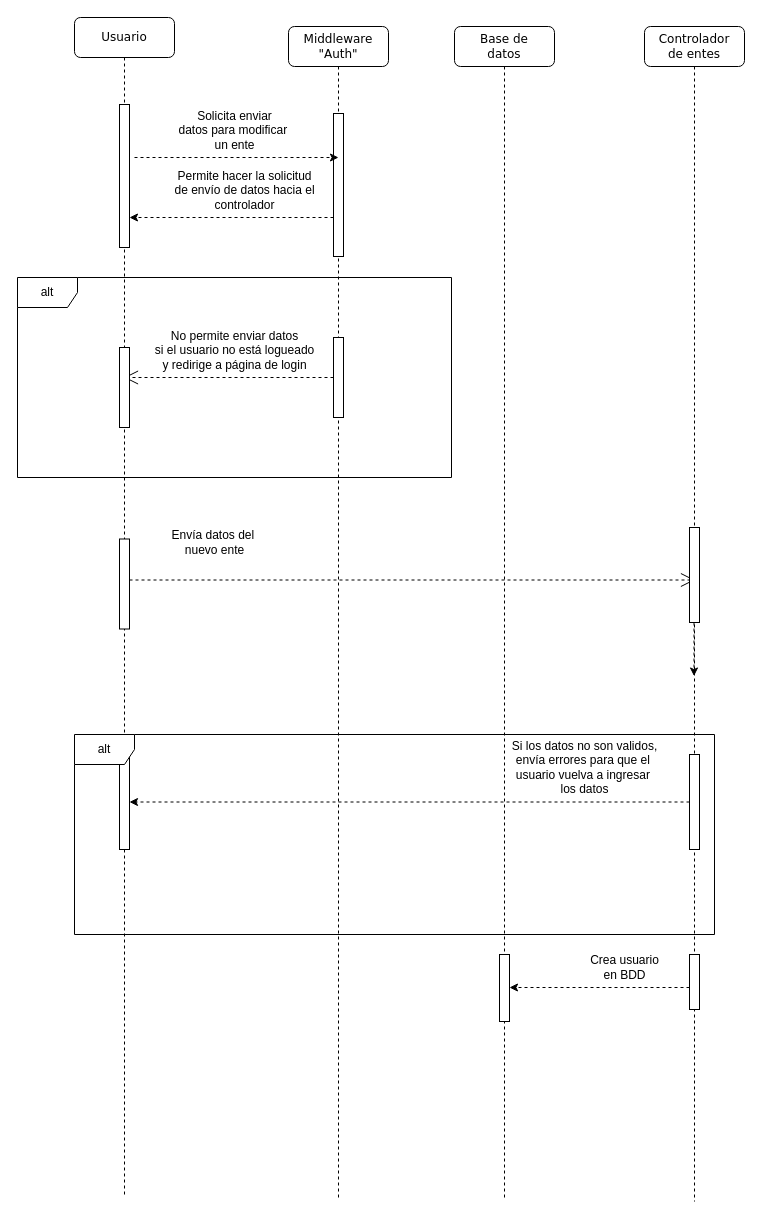
This is page "Página-3" (3 of 3) of Diagramas secuencia/ secuencia_modulo_entes.drawio from MirroringCode/diagramas-del-csm, a draw.io file, before an edit. Source tidied: cells renumbered, new cells numbered last; positions are measured from the earlier drawing's top-left corner, leaving out a move shared by most shapes. Both pictures are drawn from the tidied source at 100%, with x=0, y=0 at pixel (17, 17).
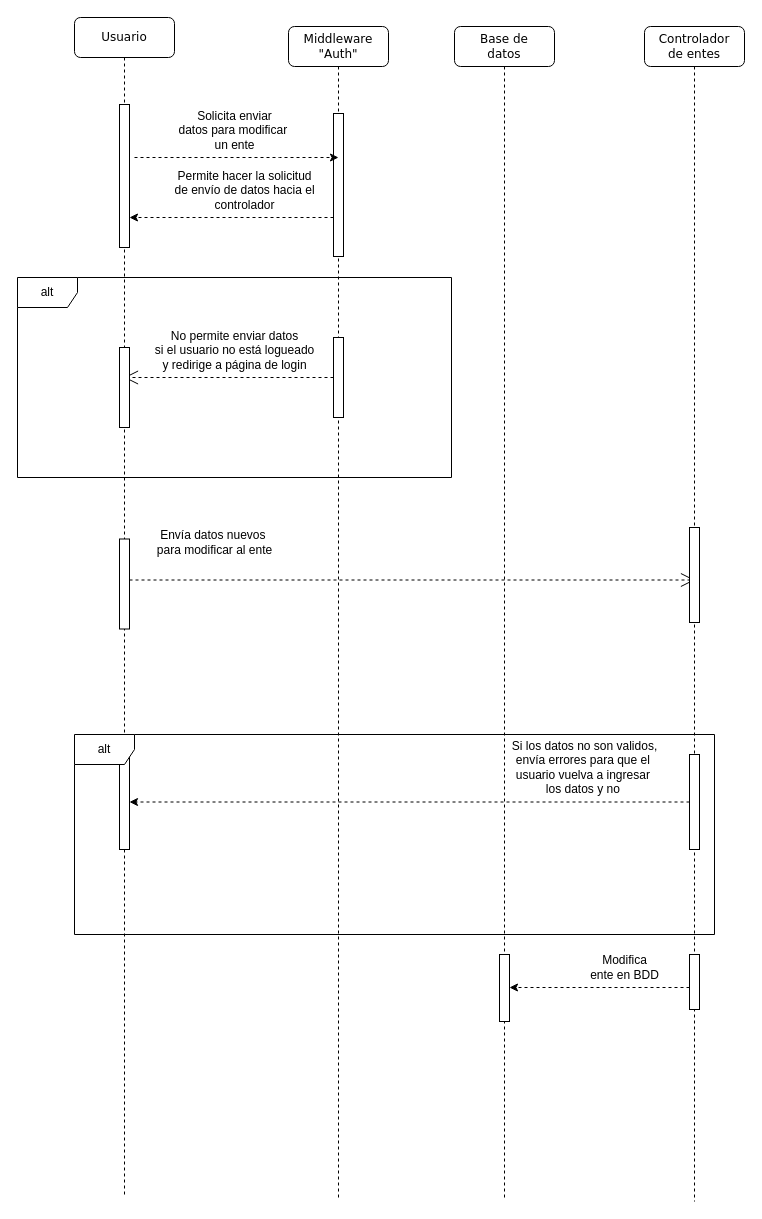
The same diagram, later.

The change refers to these unchanged cells:
```xml
<mxCell id="5" value="Middleware&lt;div&gt;&quot;Auth&quot;&lt;/div&gt;" style="shape=umlLifeline;perimeter=lifelinePerimeter;whiteSpace=wrap;html=1;outlineConnect=0;rounded=1;shadow=0;comic=0;labelBackgroundColor=none;strokeWidth=1;fontFamily=Verdana;fontSize=12;align=center;" parent="1" vertex="1">
  <mxGeometry x="271" y="9" width="100" height="1171" as="geometry" />
</mxCell>
<mxCell id="14" value="Controlador&lt;div&gt;de entes&lt;/div&gt;" style="shape=umlLifeline;perimeter=lifelinePerimeter;whiteSpace=wrap;html=1;rounded=1;shadow=0;comic=0;labelBackgroundColor=none;strokeWidth=1;fontFamily=Verdana;fontSize=12;align=center;" parent="1" vertex="1">
  <mxGeometry x="627" y="9" width="100" height="1175" as="geometry" />
</mxCell>
<mxCell id="16" style="html=1;points=[[0,0,0,0,5],[0,1,0,0,-5],[1,0,0,0,5],[1,1,0,0,-5]];perimeter=orthogonalPerimeter;outlineConnect=0;targetShapes=umlLifeline;portConstraint=eastwest;newEdgeStyle={&quot;curved&quot;:0,&quot;rounded&quot;:0};" parent="14" vertex="1">
  <mxGeometry x="45" y="501" width="10" height="95" as="geometry" />
</mxCell>
```

Change to the diagram source:
```diff
@@
-    <mxCell id="10" value="Envía datos del&amp;nbsp;&lt;div&gt;nuevo ente&lt;/div&gt;" style="text;html=1;align=center;verticalAlign=middle;strokeColor=none;fillColor=none;" parent="5" vertex="1">
-      <mxGeometry x="-129" y="495.5" width="110" height="40" as="geometry" />
+    <mxCell id="10" value="Envía datos nuevos&amp;nbsp;&lt;br&gt;&lt;div&gt;para modificar al ente&lt;/div&gt;" style="text;html=1;align=center;verticalAlign=middle;strokeColor=none;fillColor=none;" parent="5" vertex="1">
+      <mxGeometry x="-144" y="495.5" width="140" height="40" as="geometry" />
     </mxCell>
@@
-    <mxCell id="17" style="endArrow=classic;html=1;rounded=0;dashed=1;" parent="14" edge="1" source="16">
-      <mxGeometry relative="1" as="geometry">
-        <mxPoint x="49.5" y="649.5" as="targetPoint" />
-      </mxGeometry>
-    </mxCell>
@@
-    <mxCell id="22" value="Si los datos no son validos,&lt;div&gt;envía errores para que el&amp;nbsp;&lt;/div&gt;&lt;div&gt;usuario vuelva a ingresar&amp;nbsp;&lt;/div&gt;&lt;div&gt;los datos&lt;/div&gt;" style="text;html=1;align=center;verticalAlign=middle;strokeColor=none;fillColor=none;" parent="14" vertex="1">
+    <mxCell id="22" value="Si los datos no son validos,&lt;div&gt;envía errores para que el&amp;nbsp;&lt;/div&gt;&lt;div&gt;usuario vuelva a ingresar&amp;nbsp;&lt;/div&gt;&lt;div&gt;los datos y no&amp;nbsp;&lt;/div&gt;" style="text;html=1;align=center;verticalAlign=middle;strokeColor=none;fillColor=none;" parent="14" vertex="1">
       <mxGeometry x="-145" y="706" width="170" height="70" as="geometry" />
     </mxCell>
@@
-    <mxCell id="24" value="Crea usuario&lt;div&gt;en BDD&lt;/div&gt;" style="text;html=1;align=center;verticalAlign=middle;strokeColor=none;fillColor=none;" parent="14" vertex="1">
+    <mxCell id="24" value="Modifica&lt;br&gt;&lt;div&gt;ente en BDD&lt;/div&gt;" style="text;html=1;align=center;verticalAlign=middle;strokeColor=none;fillColor=none;" parent="14" vertex="1">
       <mxGeometry x="-65" y="921" width="90" height="40" as="geometry" />
     </mxCell>
```
